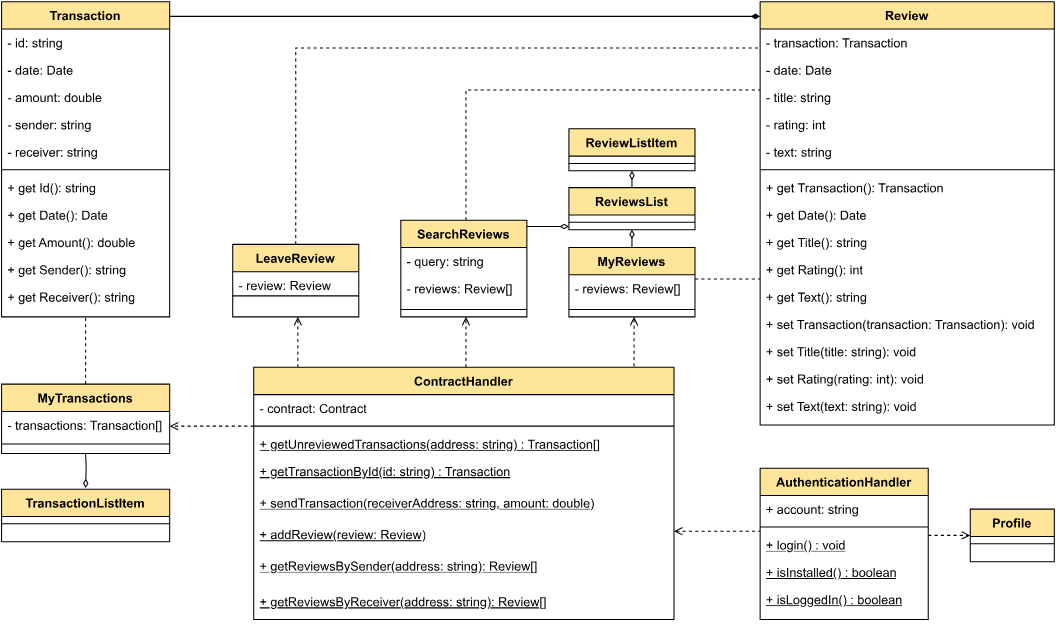
Earlier version of the draw.io export specifica_tecnica/src/img/webapp.svg (SWEmming-Pool/docs). Source tidied: cells renumbered, new cells last; positions are measured from the earlier drawing's top-left corner, leaving out a move shared by most shapes.
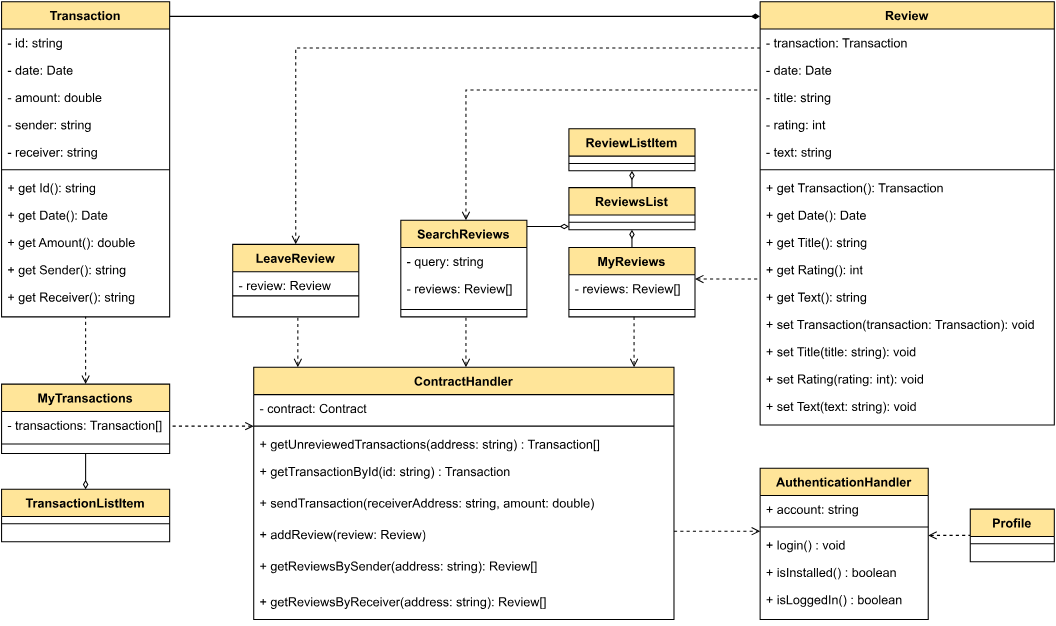
The same diagram one commit later.

The edit, as a diff of the source:
```diff
@@ -2,7 +2,7 @@
   <root>
     <mxCell id="0" />
     <mxCell id="1" parent="0" />
-    <mxCell id="2" style="edgeStyle=orthogonalEdgeStyle;rounded=0;jettySize=auto;html=1;endArrow=open;endFill=0;dashed=1;" parent="1" edge="1" source="3" target="63">
+    <mxCell id="2" style="edgeStyle=orthogonalEdgeStyle;rounded=0;jettySize=auto;html=1;endArrow=none;endFill=0;dashed=1;startArrow=open;startFill=0;" parent="1" edge="1" source="3" target="63">
       <mxGeometry relative="1" as="geometry">
         <Array as="points">
           <mxPoint x="892" y="508" />
@@ -19,13 +19,13 @@
     <mxCell id="5" style="line;html=1;strokeWidth=1;align=left;verticalAlign=middle;spacingTop=-1;spacingLeft=3;spacingRight=3;labelPosition=right;whiteSpace=wrap;" parent="3" vertex="1">
       <mxGeometry y="52" width="160" height="8" as="geometry" />
     </mxCell>
-    <mxCell id="6" value="+ login() : void&#10;" style="text;align=left;verticalAlign=top;spacingLeft=4;spacingRight=4;overflow=hidden;whiteSpace=wrap;fontStyle=4;" parent="3" vertex="1">
+    <mxCell id="6" value="+ login() : void&#10;" style="text;align=left;verticalAlign=top;spacingLeft=4;spacingRight=4;overflow=hidden;whiteSpace=wrap;fontStyle=0;" parent="3" vertex="1">
       <mxGeometry y="60" width="160" height="26" as="geometry" />
     </mxCell>
-    <mxCell id="7" value="+ isInstalled() : boolean&#10;" style="text;align=left;verticalAlign=top;spacingLeft=4;spacingRight=4;overflow=hidden;whiteSpace=wrap;fontStyle=4;" parent="3" vertex="1">
+    <mxCell id="7" value="+ isInstalled() : boolean&#10;" style="text;align=left;verticalAlign=top;spacingLeft=4;spacingRight=4;overflow=hidden;whiteSpace=wrap;fontStyle=0;" parent="3" vertex="1">
       <mxGeometry y="86" width="160" height="26" as="geometry" />
     </mxCell>
-    <mxCell id="8" value="+ isLoggedIn() : boolean&#10;" style="text;align=left;verticalAlign=top;spacingLeft=4;spacingRight=4;overflow=hidden;whiteSpace=wrap;fontStyle=4;" parent="3" vertex="1">
+    <mxCell id="8" value="+ isLoggedIn() : boolean&#10;" style="text;align=left;verticalAlign=top;spacingLeft=4;spacingRight=4;overflow=hidden;whiteSpace=wrap;fontStyle=0;" parent="3" vertex="1">
       <mxGeometry y="112" width="160" height="32" as="geometry" />
     </mxCell>
     <mxCell id="9" value="Transaction" style="swimlane;fontStyle=1;align=center;verticalAlign=top;horizontal=1;startSize=26;rounded=0;shadow=0;strokeWidth=1;whiteSpace=wrap;fillColor=#FFE599;fillStyle=solid;" parent="1" vertex="1">
@@ -120,7 +120,7 @@
     <mxCell id="37" value="+ set Text(text: string): void" style="text;align=left;verticalAlign=top;spacingLeft=4;spacingRight=4;overflow=hidden;whiteSpace=wrap;" parent="22" vertex="1">
       <mxGeometry y="372" width="280" height="26" as="geometry" />
     </mxCell>
-    <mxCell id="38" style="edgeStyle=orthogonalEdgeStyle;rounded=0;jettySize=auto;html=1;endArrow=none;endFill=0;dashed=1;startArrow=open;startFill=0;" parent="1" edge="1" source="42" target="3">
+    <mxCell id="38" style="edgeStyle=orthogonalEdgeStyle;rounded=0;jettySize=auto;html=1;endArrow=open;endFill=0;dashed=1;startArrow=none;startFill=0;" parent="1" edge="1" source="42" target="3">
       <mxGeometry relative="1" as="geometry">
         <Array as="points">
           <mxPoint x="672" y="504" />
@@ -128,7 +128,7 @@
         </Array>
       </mxGeometry>
     </mxCell>
-    <mxCell id="39" style="edgeStyle=orthogonalEdgeStyle;rounded=0;jettySize=auto;html=1;endArrow=open;endFill=0;dashed=1;" parent="1" edge="1" source="42" target="76">
+    <mxCell id="39" style="edgeStyle=orthogonalEdgeStyle;rounded=0;jettySize=auto;html=1;endArrow=none;endFill=0;dashed=1;startArrow=open;startFill=0;" parent="1" edge="1" source="42" target="76">
       <mxGeometry relative="1" as="geometry">
         <Array as="points">
           <mxPoint x="200" y="404" />
@@ -136,7 +136,7 @@
         </Array>
       </mxGeometry>
     </mxCell>
-    <mxCell id="40" style="edgeStyle=orthogonalEdgeStyle;rounded=0;jettySize=auto;html=1;endArrow=open;endFill=0;dashed=1;" parent="1" edge="1" source="42" target="66">
+    <mxCell id="40" style="edgeStyle=orthogonalEdgeStyle;rounded=0;jettySize=auto;html=1;endArrow=none;endFill=0;dashed=1;startArrow=open;startFill=0;" parent="1" edge="1" source="42" target="66">
       <mxGeometry relative="1" as="geometry">
         <Array as="points">
           <mxPoint x="282" y="332" />
@@ -144,7 +144,7 @@
         </Array>
       </mxGeometry>
     </mxCell>
-    <mxCell id="41" style="edgeStyle=orthogonalEdgeStyle;rounded=0;jettySize=auto;html=1;endArrow=open;endFill=0;dashed=1;" parent="1" edge="1" source="42" target="71">
+    <mxCell id="41" style="edgeStyle=orthogonalEdgeStyle;rounded=0;jettySize=auto;html=1;endArrow=none;endFill=0;dashed=1;startArrow=open;startFill=0;" parent="1" edge="1" source="42" target="71">
       <mxGeometry relative="1" as="geometry">
         <Array as="points">
           <mxPoint x="442" y="332" />
@@ -161,25 +161,25 @@
     <mxCell id="44" style="line;html=1;strokeWidth=1;align=left;verticalAlign=middle;spacingTop=-1;spacingLeft=3;spacingRight=3;labelPosition=right;whiteSpace=wrap;" parent="42" vertex="1">
       <mxGeometry y="52" width="400" height="8" as="geometry" />
     </mxCell>
-    <mxCell id="45" value="+ getUnreviewedTransactions(address: string) : Transaction[]" style="text;align=left;verticalAlign=top;spacingLeft=4;spacingRight=4;overflow=hidden;whiteSpace=wrap;fontStyle=4;" parent="42" vertex="1">
+    <mxCell id="45" value="+ getUnreviewedTransactions(address: string) : Transaction[]" style="text;align=left;verticalAlign=top;spacingLeft=4;spacingRight=4;overflow=hidden;whiteSpace=wrap;fontStyle=0;" parent="42" vertex="1">
       <mxGeometry y="60" width="400" height="26" as="geometry" />
     </mxCell>
-    <mxCell id="46" value="+ getTransactionById(id: string) : Transaction" style="text;align=left;verticalAlign=top;spacingLeft=4;spacingRight=4;overflow=hidden;whiteSpace=wrap;fontStyle=4;" parent="42" vertex="1">
+    <mxCell id="46" value="+ getTransactionById(id: string) : Transaction" style="text;align=left;verticalAlign=top;spacingLeft=4;spacingRight=4;overflow=hidden;whiteSpace=wrap;fontStyle=0;" parent="42" vertex="1">
       <mxGeometry y="86" width="400" height="30" as="geometry" />
     </mxCell>
-    <mxCell id="47" value="+ sendTransaction(receiverAddress: string, amount: double)" style="text;align=left;verticalAlign=top;spacingLeft=4;spacingRight=4;overflow=hidden;whiteSpace=wrap;fontStyle=4;" parent="42" vertex="1">
+    <mxCell id="47" value="+ sendTransaction(receiverAddress: string, amount: double)" style="text;align=left;verticalAlign=top;spacingLeft=4;spacingRight=4;overflow=hidden;whiteSpace=wrap;fontStyle=0;" parent="42" vertex="1">
       <mxGeometry y="116" width="400" height="30" as="geometry" />
     </mxCell>
-    <mxCell id="48" value="+ addReview(review: Review)" style="text;align=left;verticalAlign=top;spacingLeft=4;spacingRight=4;overflow=hidden;whiteSpace=wrap;fontStyle=4;" parent="42" vertex="1">
+    <mxCell id="48" value="+ addReview(review: Review)" style="text;align=left;verticalAlign=top;spacingLeft=4;spacingRight=4;overflow=hidden;whiteSpace=wrap;fontStyle=0;" parent="42" vertex="1">
       <mxGeometry y="146" width="400" height="30" as="geometry" />
     </mxCell>
-    <mxCell id="49" value="+ getReviewsBySender(address: string): Review[]" style="text;align=left;verticalAlign=top;spacingLeft=4;spacingRight=4;overflow=hidden;whiteSpace=wrap;fontStyle=4;" parent="42" vertex="1">
+    <mxCell id="49" value="+ getReviewsBySender(address: string): Review[]" style="text;align=left;verticalAlign=top;spacingLeft=4;spacingRight=4;overflow=hidden;whiteSpace=wrap;fontStyle=0;" parent="42" vertex="1">
       <mxGeometry y="176" width="400" height="34" as="geometry" />
     </mxCell>
-    <mxCell id="50" value="+ getReviewsByReceiver(address: string): Review[]" style="text;align=left;verticalAlign=top;spacingLeft=4;spacingRight=4;overflow=hidden;whiteSpace=wrap;fontStyle=4;" parent="42" vertex="1">
+    <mxCell id="50" value="+ getReviewsByReceiver(address: string): Review[]" style="text;align=left;verticalAlign=top;spacingLeft=4;spacingRight=4;overflow=hidden;whiteSpace=wrap;fontStyle=0;" parent="42" vertex="1">
       <mxGeometry y="210" width="400" height="30" as="geometry" />
     </mxCell>
-    <mxCell id="51" style="edgeStyle=orthogonalEdgeStyle;rounded=0;jettySize=auto;html=1;dashed=1;endArrow=none;endFill=0;startArrow=open;startFill=0;" parent="1" edge="1" source="53" target="42">
+    <mxCell id="51" style="edgeStyle=orthogonalEdgeStyle;rounded=0;jettySize=auto;html=1;dashed=1;endArrow=open;endFill=0;startArrow=none;startFill=0;" parent="1" edge="1" source="53" target="42">
       <mxGeometry relative="1" as="geometry">
         <Array as="points">
           <mxPoint x="602" y="332" />
@@ -187,7 +187,7 @@
         </Array>
       </mxGeometry>
     </mxCell>
-    <mxCell id="52" style="edgeStyle=orthogonalEdgeStyle;rounded=0;jettySize=auto;html=1;endArrow=none;endFill=0;startArrow=none;startFill=0;dashed=1;" parent="1" edge="1" source="53" target="22">
+    <mxCell id="52" style="edgeStyle=orthogonalEdgeStyle;rounded=0;jettySize=auto;html=1;endArrow=none;endFill=0;startArrow=open;startFill=0;dashed=1;" parent="1" edge="1" source="53" target="22">
       <mxGeometry relative="1" as="geometry">
         <Array as="points">
           <mxPoint x="692" y="264" />
@@ -241,7 +241,7 @@
     <mxCell id="64" style="line;html=1;strokeWidth=1;align=left;verticalAlign=middle;spacingTop=-1;spacingLeft=3;spacingRight=3;labelPosition=right;whiteSpace=wrap;" parent="63" vertex="1">
       <mxGeometry y="26" width="80" height="14" as="geometry" />
     </mxCell>
-    <mxCell id="65" style="edgeStyle=orthogonalEdgeStyle;rounded=0;jettySize=auto;html=1;endArrow=none;endFill=0;dashed=1;" parent="1" edge="1" source="66" target="22">
+    <mxCell id="65" style="edgeStyle=orthogonalEdgeStyle;rounded=0;jettySize=auto;html=1;endArrow=none;endFill=0;dashed=1;startArrow=open;startFill=0;" parent="1" edge="1" source="66" target="22">
       <mxGeometry relative="1" as="geometry">
         <Array as="points">
           <mxPoint x="280" y="44" />
@@ -257,7 +257,7 @@
     <mxCell id="68" style="line;html=1;strokeWidth=1;align=left;verticalAlign=middle;spacingTop=-1;spacingLeft=3;spacingRight=3;labelPosition=right;whiteSpace=wrap;" parent="66" vertex="1">
       <mxGeometry y="42" width="120" height="14" as="geometry" />
     </mxCell>
-    <mxCell id="69" style="edgeStyle=orthogonalEdgeStyle;rounded=0;jettySize=auto;html=1;endArrow=none;endFill=0;dashed=1;" parent="1" edge="1" source="71" target="22">
+    <mxCell id="69" style="edgeStyle=orthogonalEdgeStyle;rounded=0;jettySize=auto;html=1;endArrow=none;endFill=0;dashed=1;startArrow=open;startFill=0;" parent="1" edge="1" source="71" target="22">
       <mxGeometry relative="1" as="geometry">
         <Array as="points">
           <mxPoint x="442" y="84" />
@@ -284,7 +284,7 @@
     <mxCell id="74" style="line;html=1;strokeWidth=1;align=left;verticalAlign=middle;spacingTop=-1;spacingLeft=3;spacingRight=3;labelPosition=right;whiteSpace=wrap;" parent="71" vertex="1">
       <mxGeometry y="78" width="120" height="14" as="geometry" />
     </mxCell>
-    <mxCell id="75" style="edgeStyle=orthogonalEdgeStyle;rounded=0;jettySize=auto;html=1;endArrow=none;endFill=0;dashed=1;" parent="1" edge="1" source="76" target="9">
+    <mxCell id="75" style="edgeStyle=orthogonalEdgeStyle;rounded=0;jettySize=auto;html=1;endArrow=none;endFill=0;dashed=1;startArrow=open;startFill=0;" parent="1" edge="1" source="76" target="9">
       <mxGeometry relative="1" as="geometry" />
     </mxCell>
     <mxCell id="76" value="MyTransactions" style="swimlane;fontStyle=1;align=center;verticalAlign=top;horizontal=1;startSize=26;rounded=0;shadow=0;strokeWidth=1;whiteSpace=wrap;fillColor=#FFE599;" parent="1" vertex="1">
@@ -296,10 +296,8 @@
     <mxCell id="78" style="line;html=1;strokeWidth=1;align=left;verticalAlign=middle;spacingTop=-1;spacingLeft=3;spacingRight=3;labelPosition=right;whiteSpace=wrap;" parent="76" vertex="1">
       <mxGeometry y="50" width="160" height="14" as="geometry" />
     </mxCell>
-    <mxCell id="79" style="edgeStyle=orthogonalEdgeStyle;rounded=0;jettySize=auto;html=1;startArrow=diamondThin;startFill=0;endArrow=none;endFill=0;" parent="1" edge="1" target="76">
-      <mxGeometry relative="1" as="geometry">
-        <mxPoint x="80" y="463" as="sourcePoint" />
-      </mxGeometry>
+    <mxCell id="79" style="edgeStyle=orthogonalEdgeStyle;rounded=0;jettySize=auto;html=1;startArrow=diamondThin;startFill=0;endArrow=none;endFill=0;" parent="1" edge="1" source="80" target="76">
+      <mxGeometry relative="1" as="geometry" />
     </mxCell>
     <mxCell id="80" value="TransactionListItem" style="swimlane;fontStyle=1;align=center;verticalAlign=top;horizontal=1;startSize=26;rounded=0;shadow=0;strokeWidth=1;whiteSpace=wrap;fillColor=#FFE599;" parent="1" vertex="1">
       <mxGeometry y="464" width="160" height="50" as="geometry" />
```
